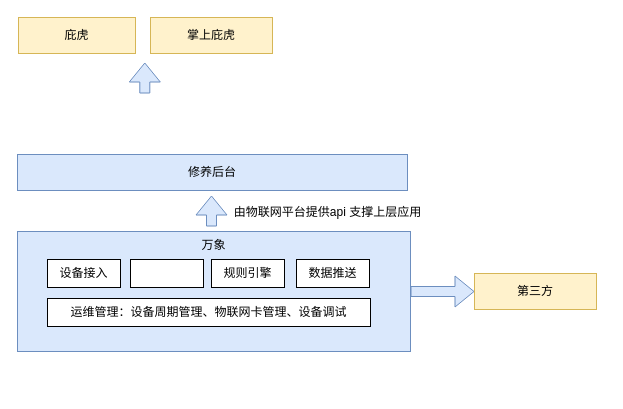
Earlier version of the draw.io diagram 业务架构.drawio (WantWeag/Wantweag.github.io). Source tidied: cells renumbered, new cells numbered last; positions are measured from the earlier drawing's top-left corner, leaving out a move shared by most shapes. Both pictures are drawn from the tidied source at 100%, with x=0, y=0 at pixel (17, 17).
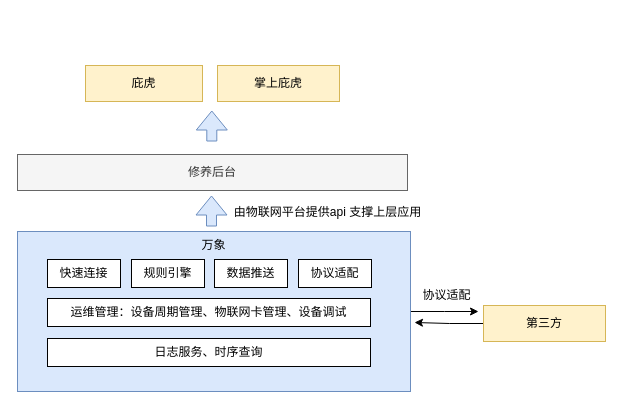
Above is the later version.

Change to the diagram source:
```diff
@@
-    <mxCell id="3" style="edgeStyle=orthogonalEdgeStyle;shape=flexArrow;rounded=0;jettySize=auto;html=1;fillColor=#dae8fc;strokeColor=#6c8ebf;" parent="1" edge="1" source="4" target="11">
-      <mxGeometry relative="1" as="geometry" />
-    </mxCell>
+    <mxCell id="16" style="edgeStyle=orthogonalEdgeStyle;rounded=0;jettySize=auto;html=1;" parent="1" edge="1" source="4">
+      <mxGeometry relative="1" as="geometry">
+        <mxPoint x="461" y="294" as="targetPoint" />
+      </mxGeometry>
+    </mxCell>
     <mxCell id="4" value="万象" style="rounded=0;whiteSpace=wrap;html=1;fillColor=#dae8fc;strokeColor=#6c8ebf;align=center;verticalAlign=top;" parent="1" vertex="1">
-      <mxGeometry y="214" width="393" height="120" as="geometry" />
+      <mxGeometry y="214" width="393" height="160" as="geometry" />
     </mxCell>
-    <mxCell id="5" value="修养后台" style="rounded=0;whiteSpace=wrap;html=1;fillColor=#dae8fc;strokeColor=#6c8ebf;" parent="1" vertex="1">
+    <mxCell id="5" value="修养后台" style="rounded=0;whiteSpace=wrap;html=1;fillColor=#f5f5f5;strokeColor=#666666;fontColor=#333333;" parent="1" vertex="1">
       <mxGeometry y="137" width="390" height="36" as="geometry" />
     </mxCell>
     <mxCell id="6" value="庇虎" style="rounded=0;whiteSpace=wrap;html=1;fillColor=#fff2cc;strokeColor=#d6b656;" parent="1" vertex="1">
-      <mxGeometry x="1" width="117" height="36" as="geometry" />
+      <mxGeometry x="68" y="48" width="117" height="36" as="geometry" />
     </mxCell>
     <mxCell id="7" value="掌上庇虎" style="rounded=0;whiteSpace=wrap;html=1;fillColor=#fff2cc;strokeColor=#d6b656;" parent="1" vertex="1">
-      <mxGeometry x="133" width="122" height="36" as="geometry" />
+      <mxGeometry x="200" y="48" width="122" height="36" as="geometry" />
     </mxCell>
     <mxCell id="8" style="edgeStyle=orthogonalEdgeStyle;rounded=0;orthogonalLoop=1;jettySize=auto;html=1;shape=flexArrow;fillColor=#dae8fc;strokeColor=#6c8ebf;" parent="1" edge="1">
       <mxGeometry relative="1" as="geometry">
-        <mxPoint x="127.3" y="76" as="sourcePoint" />
-        <mxPoint x="127.3" y="45" as="targetPoint" />
+        <mxPoint x="194.3" y="124" as="sourcePoint" />
+        <mxPoint x="194.3" y="93" as="targetPoint" />
       </mxGeometry>
     </mxCell>
-    <mxCell id="9" value="设备接入" style="rounded=0;whiteSpace=wrap;html=1;align=center;verticalAlign=top;" parent="1" vertex="1">
+    <mxCell id="9" value="快速连接" style="rounded=0;whiteSpace=wrap;html=1;align=center;verticalAlign=top;" parent="1" vertex="1">
       <mxGeometry x="30" y="242" width="73" height="28" as="geometry" />
     </mxCell>
-    <mxCell id="10" style="rounded=0;whiteSpace=wrap;html=1;align=center;verticalAlign=top;" parent="1" vertex="1">
-      <mxGeometry x="113" y="242" width="73" height="28" as="geometry" />
+    <mxCell id="10" value="协议适配" style="rounded=0;whiteSpace=wrap;html=1;align=center;verticalAlign=top;" parent="1" vertex="1">
+      <mxGeometry x="281" y="242" width="73" height="28" as="geometry" />
     </mxCell>
+    <mxCell id="17" style="edgeStyle=orthogonalEdgeStyle;rounded=0;jettySize=auto;html=1;" parent="1" edge="1" source="11">
+      <mxGeometry relative="1" as="geometry">
+        <mxPoint x="397" y="305" as="targetPoint" />
+      </mxGeometry>
+    </mxCell>
     <mxCell id="11" value="第三方" style="rounded=0;whiteSpace=wrap;html=1;fillColor=#fff2cc;strokeColor=#d6b656;" parent="1" vertex="1">
-      <mxGeometry x="457" y="256" width="122" height="36" as="geometry" />
+      <mxGeometry x="466" y="288" width="122" height="36" as="geometry" />
     </mxCell>
     <mxCell id="12" value="规则引擎" style="rounded=0;whiteSpace=wrap;html=1;align=center;verticalAlign=top;" parent="1" vertex="1">
-      <mxGeometry x="194" y="242" width="73" height="28" as="geometry" />
+      <mxGeometry x="114" y="242" width="73" height="28" as="geometry" />
     </mxCell>
     <mxCell id="13" value="数据推送" style="rounded=0;whiteSpace=wrap;html=1;align=center;verticalAlign=top;" parent="1" vertex="1">
-      <mxGeometry x="279" y="242" width="73" height="28" as="geometry" />
+      <mxGeometry x="197" y="242" width="73" height="28" as="geometry" />
     </mxCell>
@@
+    <mxCell id="18" value="协议适配" style="text;html=1;strokeColor=none;fillColor=none;align=center;verticalAlign=middle;whiteSpace=wrap;rounded=0;" parent="1" vertex="1">
+      <mxGeometry x="398" y="263" width="63" height="30" as="geometry" />
+    </mxCell>
+    <mxCell id="19" value="日志服务、时序查询" style="rounded=0;whiteSpace=wrap;html=1;align=center;verticalAlign=top;" parent="1" vertex="1">
+      <mxGeometry x="30" y="321" width="323" height="28" as="geometry" />
+    </mxCell>
```
